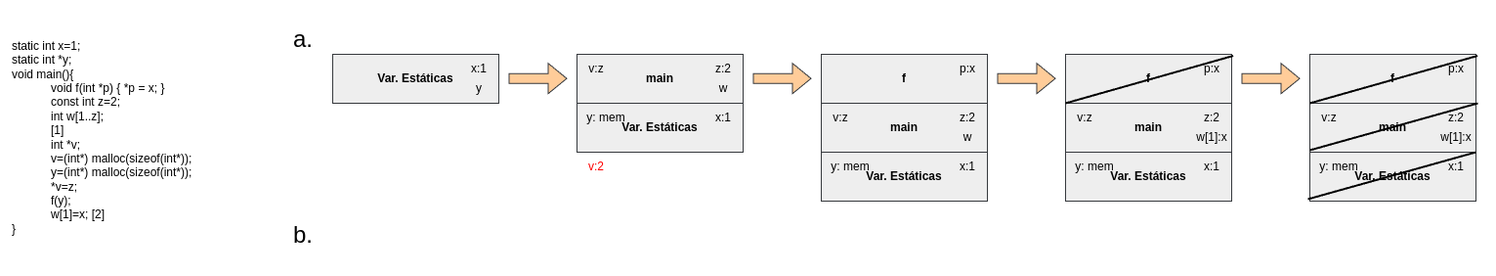
Earlier version of the draw.io export TP2/Ej5.drawio.png (nachoperna/Lenguajes-y-Paradigmas). Source tidied: cells renumbered, new cells last; positions are measured from the earlier drawing's top-left corner, leaving out a move shared by most shapes.
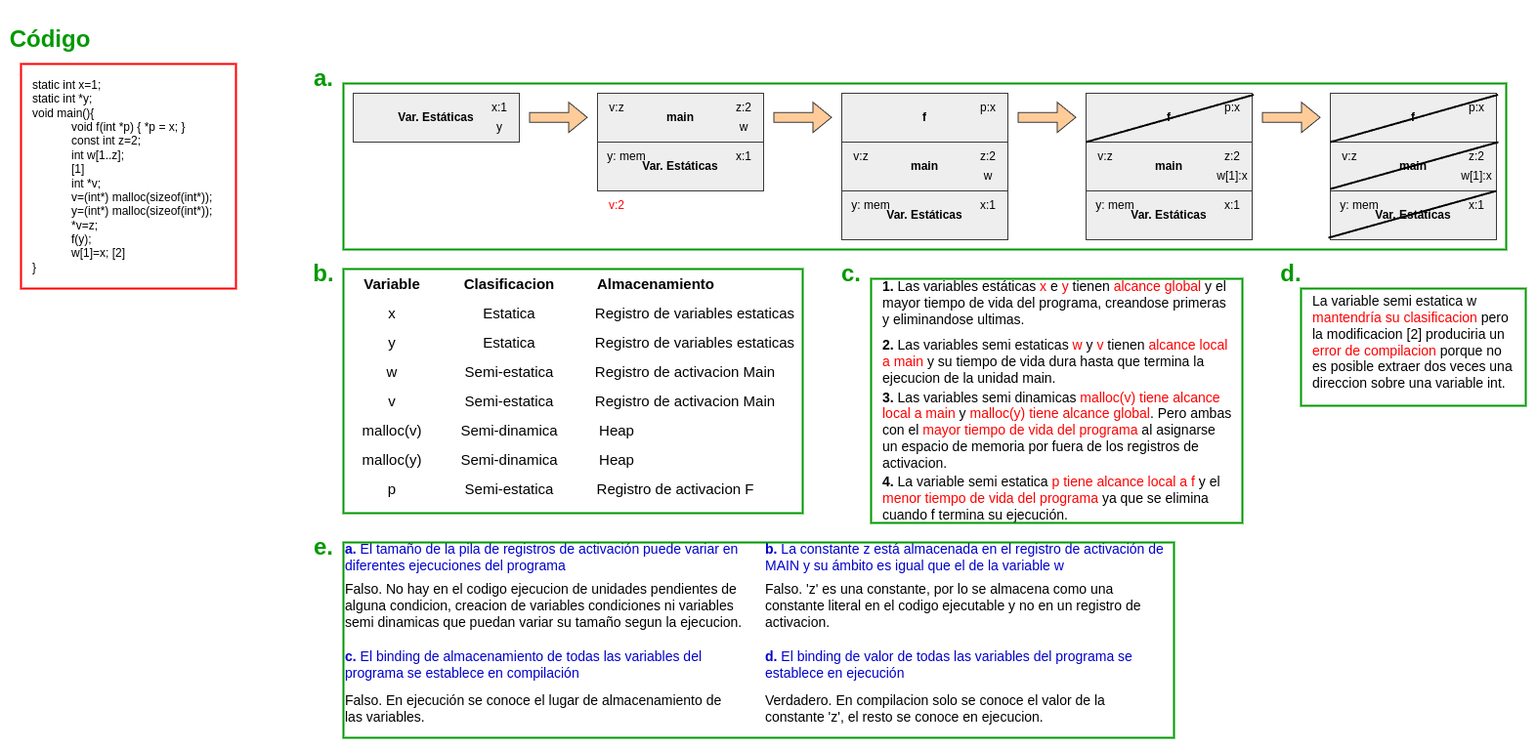
The same diagram one commit later.

The edit, as a diff of the source:
```diff
@@ -5,7 +5,7 @@
     <mxCell id="2" value="&lt;div&gt;static int x=1;&lt;/div&gt;&lt;div&gt;static int *y;&lt;/div&gt;&lt;div&gt;void main(){&lt;/div&gt;&lt;blockquote style=&quot;margin: 0 0 0 40px; border: none; padding: 0px;&quot;&gt;&lt;div&gt;void f(int *p) { *p = x; }&lt;/div&gt;&lt;div&gt;const int z=2;&lt;/div&gt;&lt;div&gt;int w[1..z];&lt;/div&gt;&lt;div&gt;[1]&lt;/div&gt;&lt;div&gt;int *v;&lt;/div&gt;&lt;div&gt;v=(int*) malloc(sizeof(int*));&lt;/div&gt;&lt;div&gt;y=(int*) malloc(sizeof(int*));&lt;/div&gt;&lt;div&gt;*v=z;&lt;/div&gt;&lt;div&gt;f(y);&lt;/div&gt;&lt;div&gt;w[1]=x;&amp;nbsp;&lt;span style=&quot;background-color: transparent; color: light-dark(rgb(0, 0, 0), rgb(255, 255, 255));&quot;&gt;[2]&lt;/span&gt;&lt;/div&gt;&lt;/blockquote&gt;&lt;div&gt;}&lt;/div&gt;" style="text;strokeColor=none;align=left;fillColor=none;html=1;verticalAlign=middle;whiteSpace=wrap;rounded=0;" parent="1" vertex="1">
       <mxGeometry width="210" height="230" as="geometry" />
     </mxCell>
-    <mxCell id="3" value="&lt;h1&gt;&lt;span style=&quot;font-weight: normal;&quot;&gt;a.&lt;/span&gt;&lt;/h1&gt;" style="text;strokeColor=none;align=center;fillColor=none;html=1;verticalAlign=middle;whiteSpace=wrap;rounded=0;" parent="1" vertex="1">
+    <mxCell id="3" value="&lt;h1&gt;&lt;font style=&quot;color: rgb(0, 153, 0);&quot;&gt;a.&lt;/font&gt;&lt;/h1&gt;" style="text;strokeColor=none;align=center;fillColor=none;html=1;verticalAlign=middle;whiteSpace=wrap;rounded=0;" parent="1" vertex="1">
       <mxGeometry x="270" width="60" height="30" as="geometry" />
     </mxCell>
     <mxCell id="4" value="&lt;b&gt;Var. Estáticas&lt;/b&gt;" style="rounded=0;whiteSpace=wrap;html=1;fillColor=#eeeeee;strokeColor=#36393d;" parent="1" vertex="1">
@@ -168,8 +168,149 @@
         <mxPoint x="1500" y="130" as="targetPoint" />
       </mxGeometry>
     </mxCell>
-    <mxCell id="50" value="&lt;h1&gt;&lt;span style=&quot;font-weight: normal;&quot;&gt;b.&lt;/span&gt;&lt;/h1&gt;" style="text;strokeColor=none;align=center;fillColor=none;html=1;verticalAlign=middle;whiteSpace=wrap;rounded=0;" parent="1" vertex="1">
+    <mxCell id="50" value="&lt;h1&gt;&lt;font style=&quot;color: rgb(0, 153, 0);&quot;&gt;b.&lt;/font&gt;&lt;/h1&gt;" style="text;strokeColor=none;align=center;fillColor=none;html=1;verticalAlign=middle;whiteSpace=wrap;rounded=0;" parent="1" vertex="1">
       <mxGeometry x="270" y="200" width="60" height="30" as="geometry" />
     </mxCell>
+    <mxCell id="51" value="&lt;b&gt;&lt;font style=&quot;font-size: 15px;&quot;&gt;Variable&lt;/font&gt;&lt;/b&gt;" style="text;strokeColor=none;align=center;fillColor=none;html=1;verticalAlign=middle;whiteSpace=wrap;rounded=0;" parent="1" vertex="1">
+      <mxGeometry x="340" y="210" width="60" height="30" as="geometry" />
+    </mxCell>
+    <mxCell id="52" value="&lt;b&gt;&lt;font style=&quot;font-size: 15px;&quot;&gt;Clasificacion&lt;/font&gt;&lt;/b&gt;" style="text;strokeColor=none;align=center;fillColor=none;html=1;verticalAlign=middle;whiteSpace=wrap;rounded=0;" parent="1" vertex="1">
+      <mxGeometry x="460" y="210" width="60" height="30" as="geometry" />
+    </mxCell>
+    <mxCell id="53" value="&lt;b&gt;&lt;font style=&quot;font-size: 15px;&quot;&gt;Almacenamiento&lt;/font&gt;&lt;/b&gt;" style="text;strokeColor=none;align=center;fillColor=none;html=1;verticalAlign=middle;whiteSpace=wrap;rounded=0;" parent="1" vertex="1">
+      <mxGeometry x="610" y="210" width="60" height="30" as="geometry" />
+    </mxCell>
+    <mxCell id="54" value="&lt;font style=&quot;font-size: 15px;&quot;&gt;x&lt;/font&gt;" style="text;strokeColor=none;align=center;fillColor=none;html=1;verticalAlign=middle;whiteSpace=wrap;rounded=0;" parent="1" vertex="1">
+      <mxGeometry x="340" y="240" width="60" height="30" as="geometry" />
+    </mxCell>
+    <mxCell id="55" value="&lt;font style=&quot;font-size: 15px;&quot;&gt;Estatica&lt;/font&gt;" style="text;strokeColor=none;align=center;fillColor=none;html=1;verticalAlign=middle;whiteSpace=wrap;rounded=0;" parent="1" vertex="1">
+      <mxGeometry x="460" y="240" width="60" height="30" as="geometry" />
+    </mxCell>
+    <mxCell id="56" value="&lt;span style=&quot;font-size: 15px;&quot;&gt;Registro de variables estaticas&lt;/span&gt;" style="text;strokeColor=none;align=center;fillColor=none;html=1;verticalAlign=middle;whiteSpace=wrap;rounded=0;" parent="1" vertex="1">
+      <mxGeometry x="570" y="240" width="220" height="30" as="geometry" />
+    </mxCell>
+    <mxCell id="57" value="&lt;font style=&quot;font-size: 15px;&quot;&gt;y&lt;/font&gt;" style="text;strokeColor=none;align=center;fillColor=none;html=1;verticalAlign=middle;whiteSpace=wrap;rounded=0;" parent="1" vertex="1">
+      <mxGeometry x="340" y="270" width="60" height="30" as="geometry" />
+    </mxCell>
+    <mxCell id="58" value="&lt;font style=&quot;font-size: 15px;&quot;&gt;Estatica&lt;/font&gt;" style="text;strokeColor=none;align=center;fillColor=none;html=1;verticalAlign=middle;whiteSpace=wrap;rounded=0;" parent="1" vertex="1">
+      <mxGeometry x="460" y="270" width="60" height="30" as="geometry" />
+    </mxCell>
+    <mxCell id="59" value="&lt;span style=&quot;font-size: 15px;&quot;&gt;Registro de variables estaticas&lt;/span&gt;" style="text;strokeColor=none;align=center;fillColor=none;html=1;verticalAlign=middle;whiteSpace=wrap;rounded=0;" parent="1" vertex="1">
+      <mxGeometry x="570" y="270" width="220" height="30" as="geometry" />
+    </mxCell>
+    <mxCell id="60" value="&lt;font style=&quot;font-size: 15px;&quot;&gt;w&lt;/font&gt;" style="text;strokeColor=none;align=center;fillColor=none;html=1;verticalAlign=middle;whiteSpace=wrap;rounded=0;" parent="1" vertex="1">
+      <mxGeometry x="340" y="300" width="60" height="30" as="geometry" />
+    </mxCell>
+    <mxCell id="61" value="&lt;font style=&quot;font-size: 15px;&quot;&gt;Semi-estatica&lt;/font&gt;" style="text;strokeColor=none;align=center;fillColor=none;html=1;verticalAlign=middle;whiteSpace=wrap;rounded=0;" parent="1" vertex="1">
+      <mxGeometry x="440" y="300" width="100" height="30" as="geometry" />
+    </mxCell>
+    <mxCell id="62" value="&lt;font style=&quot;font-size: 15px;&quot;&gt;Registro de activacion Main&lt;/font&gt;" style="text;strokeColor=none;align=center;fillColor=none;html=1;verticalAlign=middle;whiteSpace=wrap;rounded=0;" parent="1" vertex="1">
+      <mxGeometry x="570" y="300" width="200" height="30" as="geometry" />
+    </mxCell>
+    <mxCell id="63" value="&lt;font style=&quot;font-size: 15px;&quot;&gt;v&lt;/font&gt;" style="text;strokeColor=none;align=center;fillColor=none;html=1;verticalAlign=middle;whiteSpace=wrap;rounded=0;" parent="1" vertex="1">
+      <mxGeometry x="340" y="330" width="60" height="30" as="geometry" />
+    </mxCell>
+    <mxCell id="64" value="&lt;font style=&quot;font-size: 15px;&quot;&gt;Semi-estatica&lt;/font&gt;" style="text;strokeColor=none;align=center;fillColor=none;html=1;verticalAlign=middle;whiteSpace=wrap;rounded=0;" parent="1" vertex="1">
+      <mxGeometry x="440" y="330" width="100" height="30" as="geometry" />
+    </mxCell>
+    <mxCell id="65" value="&lt;font style=&quot;font-size: 15px;&quot;&gt;Registro de activacion Main&lt;/font&gt;" style="text;strokeColor=none;align=center;fillColor=none;html=1;verticalAlign=middle;whiteSpace=wrap;rounded=0;" parent="1" vertex="1">
+      <mxGeometry x="570" y="330" width="200" height="30" as="geometry" />
+    </mxCell>
+    <mxCell id="66" value="&lt;font style=&quot;font-size: 15px;&quot;&gt;malloc(v)&lt;/font&gt;" style="text;strokeColor=none;align=center;fillColor=none;html=1;verticalAlign=middle;whiteSpace=wrap;rounded=0;" parent="1" vertex="1">
+      <mxGeometry x="345" y="360" width="50" height="30" as="geometry" />
+    </mxCell>
+    <mxCell id="67" value="&lt;font style=&quot;font-size: 15px;&quot;&gt;Semi-dinamica&lt;/font&gt;" style="text;strokeColor=none;align=center;fillColor=none;html=1;verticalAlign=middle;whiteSpace=wrap;rounded=0;" parent="1" vertex="1">
+      <mxGeometry x="435" y="360" width="110" height="30" as="geometry" />
+    </mxCell>
+    <mxCell id="68" value="&lt;font style=&quot;font-size: 15px;&quot;&gt;Heap&lt;/font&gt;" style="text;strokeColor=none;align=center;fillColor=none;html=1;verticalAlign=middle;whiteSpace=wrap;rounded=0;" parent="1" vertex="1">
+      <mxGeometry x="570" y="360" width="60" height="30" as="geometry" />
+    </mxCell>
+    <mxCell id="69" value="&lt;font style=&quot;font-size: 15px;&quot;&gt;malloc(y)&lt;/font&gt;" style="text;strokeColor=none;align=center;fillColor=none;html=1;verticalAlign=middle;whiteSpace=wrap;rounded=0;" parent="1" vertex="1">
+      <mxGeometry x="345" y="390" width="50" height="30" as="geometry" />
+    </mxCell>
+    <mxCell id="70" value="&lt;font style=&quot;font-size: 15px;&quot;&gt;Semi-dinamica&lt;/font&gt;" style="text;strokeColor=none;align=center;fillColor=none;html=1;verticalAlign=middle;whiteSpace=wrap;rounded=0;" parent="1" vertex="1">
+      <mxGeometry x="435" y="390" width="110" height="30" as="geometry" />
+    </mxCell>
+    <mxCell id="71" value="&lt;font style=&quot;font-size: 15px;&quot;&gt;Heap&lt;/font&gt;" style="text;strokeColor=none;align=center;fillColor=none;html=1;verticalAlign=middle;whiteSpace=wrap;rounded=0;" parent="1" vertex="1">
+      <mxGeometry x="570" y="390" width="60" height="30" as="geometry" />
+    </mxCell>
+    <mxCell id="72" value="&lt;font style=&quot;font-size: 15px;&quot;&gt;p&lt;/font&gt;" style="text;strokeColor=none;align=center;fillColor=none;html=1;verticalAlign=middle;whiteSpace=wrap;rounded=0;" parent="1" vertex="1">
+      <mxGeometry x="340" y="420" width="60" height="30" as="geometry" />
+    </mxCell>
+    <mxCell id="73" value="&lt;font style=&quot;font-size: 15px;&quot;&gt;Semi-estatica&lt;/font&gt;" style="text;strokeColor=none;align=center;fillColor=none;html=1;verticalAlign=middle;whiteSpace=wrap;rounded=0;" parent="1" vertex="1">
+      <mxGeometry x="440" y="420" width="100" height="30" as="geometry" />
+    </mxCell>
+    <mxCell id="74" value="&lt;font style=&quot;font-size: 15px;&quot;&gt;Registro de activacion F&lt;/font&gt;" style="text;strokeColor=none;align=center;fillColor=none;html=1;verticalAlign=middle;whiteSpace=wrap;rounded=0;" parent="1" vertex="1">
+      <mxGeometry x="560" y="420" width="200" height="30" as="geometry" />
+    </mxCell>
+    <mxCell id="75" style="rounded=0;whiteSpace=wrap;html=1;fillColor=none;strokeWidth=2;strokeColor=#FF0000;" parent="1" vertex="1">
+      <mxGeometry x="-10" width="220" height="230" as="geometry" />
+    </mxCell>
+    <mxCell id="76" value="&lt;h1&gt;&lt;font style=&quot;color: rgb(0, 153, 0);&quot;&gt;Código&lt;/font&gt;&lt;/h1&gt;" style="text;strokeColor=none;align=center;fillColor=none;html=1;verticalAlign=middle;whiteSpace=wrap;rounded=0;" parent="1" vertex="1">
+      <mxGeometry x="-10" y="-40" width="60" height="30" as="geometry" />
+    </mxCell>
+    <mxCell id="77" style="rounded=0;whiteSpace=wrap;html=1;fillColor=none;strokeWidth=2;strokeColor=#009900;" parent="1" vertex="1">
+      <mxGeometry x="320" y="20" width="1190" height="170" as="geometry" />
+    </mxCell>
+    <mxCell id="78" style="rounded=0;whiteSpace=wrap;html=1;fillColor=none;strokeWidth=2;strokeColor=#009900;" parent="1" vertex="1">
+      <mxGeometry x="320" y="210" width="470" height="250" as="geometry" />
+    </mxCell>
+    <mxCell id="79" value="&lt;h1&gt;&lt;font style=&quot;color: rgb(0, 153, 0);&quot;&gt;c.&lt;/font&gt;&lt;/h1&gt;" style="text;strokeColor=none;align=center;fillColor=none;html=1;verticalAlign=middle;whiteSpace=wrap;rounded=0;" parent="1" vertex="1">
+      <mxGeometry x="810" y="200" width="60" height="30" as="geometry" />
+    </mxCell>
+    <mxCell id="80" value="&lt;font style=&quot;font-size: 14px;&quot;&gt;&lt;b&gt;1. &lt;/b&gt;Las variables estáticas &lt;font style=&quot;color: rgb(255, 0, 0);&quot;&gt;x&lt;/font&gt; e &lt;font style=&quot;color: rgb(255, 0, 0);&quot;&gt;y&lt;/font&gt; tienen &lt;font style=&quot;color: rgb(255, 0, 0);&quot;&gt;alcance global&lt;/font&gt; y el mayor tiempo de vida del programa, creandose primeras y eliminandose ultimas.&lt;/font&gt;" style="text;strokeColor=none;align=left;fillColor=none;html=1;verticalAlign=middle;whiteSpace=wrap;rounded=0;" parent="1" vertex="1">
+      <mxGeometry x="870" y="240" width="360" height="10" as="geometry" />
+    </mxCell>
+    <mxCell id="81" value="&lt;span style=&quot;font-size: 14px;&quot;&gt;&lt;b&gt;2. &lt;/b&gt;Las variables semi estaticas &lt;font style=&quot;color: rgb(255, 0, 0);&quot;&gt;w&lt;/font&gt; y &lt;font style=&quot;color: rgb(255, 0, 0);&quot;&gt;v&lt;/font&gt; tienen &lt;font style=&quot;color: rgb(255, 0, 0);&quot;&gt;alcance local a main&lt;/font&gt; y su tiempo de vida dura hasta que termina la ejecucion de la unidad main.&lt;/span&gt;" style="text;strokeColor=none;align=left;fillColor=none;html=1;verticalAlign=middle;whiteSpace=wrap;rounded=0;" parent="1" vertex="1">
+      <mxGeometry x="870" y="300" width="360" height="10" as="geometry" />
+    </mxCell>
+    <mxCell id="82" value="&lt;span style=&quot;font-size: 14px;&quot;&gt;&lt;b&gt;3. &lt;/b&gt;Las variables semi dinamicas &lt;font style=&quot;color: rgb(255, 0, 0);&quot;&gt;malloc(v)&amp;nbsp;&lt;/font&gt;&lt;/span&gt;&lt;span style=&quot;font-size: 14px;&quot;&gt;&lt;font style=&quot;color: rgb(255, 0, 0);&quot;&gt;tiene alcance local a main&lt;/font&gt;&lt;/span&gt;&lt;span style=&quot;font-size: 14px;&quot;&gt;&lt;font style=&quot;color: rgb(255, 0, 0);&quot;&gt;&amp;nbsp;&lt;/font&gt;y &lt;font style=&quot;color: rgb(255, 0, 0);&quot;&gt;malloc(y) tiene alcance global&lt;/font&gt;. Pero ambas con el &lt;font style=&quot;color: rgb(255, 0, 0);&quot;&gt;mayor tiempo de vida del programa&lt;/font&gt; al asignarse un espacio de memoria por fuera de los registros de activacion.&lt;/span&gt;" style="text;strokeColor=none;align=left;fillColor=none;html=1;verticalAlign=middle;whiteSpace=wrap;rounded=0;" parent="1" vertex="1">
+      <mxGeometry x="870" y="370" width="360" height="10" as="geometry" />
+    </mxCell>
+    <mxCell id="83" value="&lt;span style=&quot;font-size: 14px;&quot;&gt;&lt;b&gt;4. &lt;/b&gt;La variable semi estatica &lt;font style=&quot;color: rgb(255, 0, 0);&quot;&gt;p tiene alcance local a f&lt;/font&gt; y el &lt;font style=&quot;color: rgb(255, 0, 0);&quot;&gt;menor tiempo de vida del programa&lt;/font&gt; ya que se elimina cuando f termina su ejecución.&lt;/span&gt;" style="text;strokeColor=none;align=left;fillColor=none;html=1;verticalAlign=middle;whiteSpace=wrap;rounded=0;" parent="1" vertex="1">
+      <mxGeometry x="870" y="440" width="360" height="10" as="geometry" />
+    </mxCell>
+    <mxCell id="84" style="rounded=0;whiteSpace=wrap;html=1;fillColor=none;strokeWidth=2;strokeColor=#009900;" parent="1" vertex="1">
+      <mxGeometry x="860" y="220" width="380" height="250" as="geometry" />
+    </mxCell>
+    <mxCell id="85" value="&lt;h1&gt;&lt;font style=&quot;color: rgb(0, 153, 0);&quot;&gt;d.&lt;/font&gt;&lt;/h1&gt;" style="text;strokeColor=none;align=center;fillColor=none;html=1;verticalAlign=middle;whiteSpace=wrap;rounded=0;" parent="1" vertex="1">
+      <mxGeometry x="1260" y="200" width="60" height="30" as="geometry" />
+    </mxCell>
+    <mxCell id="86" value="&lt;span style=&quot;font-size: 14px;&quot;&gt;La variable semi estatica w &lt;font style=&quot;color: rgb(255, 0, 0);&quot;&gt;mantendría su clasificacion&lt;/font&gt; pero la modificacion [2] produciria un &lt;font style=&quot;color: rgb(255, 0, 0);&quot;&gt;error de compilacion&lt;/font&gt; porque no es posible extraer dos veces una direccion sobre una variable int.&lt;/span&gt;" style="text;strokeColor=none;align=left;fillColor=none;html=1;verticalAlign=middle;whiteSpace=wrap;rounded=0;" parent="1" vertex="1">
+      <mxGeometry x="1310" y="240" width="210" height="90" as="geometry" />
+    </mxCell>
+    <mxCell id="87" style="rounded=0;whiteSpace=wrap;html=1;fillColor=none;strokeWidth=2;strokeColor=#009900;shadow=0;" parent="1" vertex="1">
+      <mxGeometry x="1300" y="230" width="230" height="120" as="geometry" />
+    </mxCell>
+    <mxCell id="88" value="&lt;h1&gt;&lt;font style=&quot;color: rgb(0, 153, 0);&quot;&gt;e.&lt;/font&gt;&lt;/h1&gt;" style="text;strokeColor=none;align=center;fillColor=none;html=1;verticalAlign=middle;whiteSpace=wrap;rounded=0;" parent="1" vertex="1">
+      <mxGeometry x="270" y="480" width="60" height="30" as="geometry" />
+    </mxCell>
+    <mxCell id="89" value="&lt;div&gt;&lt;font style=&quot;color: rgb(0, 0, 204);&quot;&gt;&lt;font style=&quot;font-size: 14px;&quot;&gt;&lt;b style=&quot;&quot;&gt;a.&amp;nbsp;&lt;/b&gt;El tamaño de la pila de registros de activación puede&amp;nbsp;&lt;/font&gt;&lt;span style=&quot;font-size: 14px; background-color: transparent;&quot;&gt;variar en diferentes ejecuciones del programa&lt;/span&gt;&lt;/font&gt;&lt;/div&gt;" style="text;strokeColor=none;align=left;fillColor=none;html=1;verticalAlign=middle;whiteSpace=wrap;rounded=0;" parent="1" vertex="1">
+      <mxGeometry x="320" y="500" width="420" height="10" as="geometry" />
+    </mxCell>
+    <mxCell id="90" value="&lt;font style=&quot;font-size: 14px;&quot;&gt;Falso. No hay en el codigo ejecucion de unidades pendientes de alguna condicion, creacion de variables condiciones ni variables semi dinamicas que puedan variar su tamaño segun la ejecucion.&lt;/font&gt;" style="text;strokeColor=none;align=left;fillColor=none;html=1;verticalAlign=middle;whiteSpace=wrap;rounded=0;" parent="1" vertex="1">
+      <mxGeometry x="320" y="510" width="420" height="90" as="geometry" />
+    </mxCell>
+    <mxCell id="91" value="&lt;div&gt;&lt;font style=&quot;color: rgb(0, 0, 204);&quot;&gt;&lt;font style=&quot;&quot;&gt;&lt;span style=&quot;font-size: 14px;&quot;&gt;&lt;b style=&quot;&quot;&gt;b.&amp;nbsp;&lt;/b&gt;&lt;/span&gt;&lt;/font&gt;&lt;span style=&quot;background-color: transparent; font-size: 14px;&quot;&gt;&lt;font&gt;La constante z está almacenada en el registro de&amp;nbsp;&lt;/font&gt;&lt;/span&gt;&lt;span style=&quot;font-size: 14px; background-color: transparent;&quot;&gt;activación de MAIN y su ámbito es igual que el de la&amp;nbsp;&lt;/span&gt;&lt;span style=&quot;font-size: 14px; background-color: transparent;&quot;&gt;variable w&lt;/span&gt;&lt;/font&gt;&lt;/div&gt;" style="text;strokeColor=none;align=left;fillColor=none;html=1;verticalAlign=middle;whiteSpace=wrap;rounded=0;" parent="1" vertex="1">
+      <mxGeometry x="750" y="500" width="420" height="10" as="geometry" />
+    </mxCell>
+    <mxCell id="92" value="&lt;font style=&quot;font-size: 14px;&quot;&gt;Falso. 'z' es una constante, por lo se almacena como una constante literal en el codigo ejecutable y no en un registro de activacion.&lt;/font&gt;" style="text;strokeColor=none;align=left;fillColor=none;html=1;verticalAlign=middle;whiteSpace=wrap;rounded=0;" parent="1" vertex="1">
+      <mxGeometry x="750" y="510" width="420" height="90" as="geometry" />
+    </mxCell>
+    <mxCell id="93" value="&lt;div&gt;&lt;font color=&quot;#0000cc&quot;&gt;&lt;span style=&quot;font-size: 14px;&quot;&gt;&lt;b&gt;c.&amp;nbsp;&lt;/b&gt;&lt;/span&gt;&lt;/font&gt;&lt;span style=&quot;background-color: transparent; font-size: 14px;&quot;&gt;&lt;font color=&quot;#0000cc&quot;&gt;El binding de almacenamiento de todas las variables&amp;nbsp;&lt;/font&gt;&lt;/span&gt;&lt;span style=&quot;font-size: 14px; color: rgb(0, 0, 204); background-color: transparent;&quot;&gt;del programa se establece en compilación&lt;/span&gt;&lt;/div&gt;" style="text;strokeColor=none;align=left;fillColor=none;html=1;verticalAlign=middle;whiteSpace=wrap;rounded=0;" parent="1" vertex="1">
+      <mxGeometry x="320" y="610" width="420" height="10" as="geometry" />
+    </mxCell>
+    <mxCell id="94" value="&lt;span style=&quot;font-size: 14px;&quot;&gt;Falso. En ejecución se conoce el lugar de almacenamiento de las variables.&lt;/span&gt;" style="text;strokeColor=none;align=left;fillColor=none;html=1;verticalAlign=middle;whiteSpace=wrap;rounded=0;" parent="1" vertex="1">
+      <mxGeometry x="320" y="640" width="400" height="40" as="geometry" />
+    </mxCell>
+    <mxCell id="95" value="&lt;div&gt;&lt;font color=&quot;#0000cc&quot;&gt;&lt;span style=&quot;font-size: 14px;&quot;&gt;&lt;b&gt;d.&amp;nbsp;&lt;/b&gt;&lt;/span&gt;&lt;/font&gt;&lt;span style=&quot;background-color: transparent; font-size: 14px;&quot;&gt;&lt;font color=&quot;#0000cc&quot;&gt;El binding de valor de todas las variables del programa&amp;nbsp;&lt;/font&gt;&lt;/span&gt;&lt;span style=&quot;font-size: 14px; color: rgb(0, 0, 204); background-color: transparent;&quot;&gt;se establece en ejecución&lt;/span&gt;&lt;/div&gt;" style="text;strokeColor=none;align=left;fillColor=none;html=1;verticalAlign=middle;whiteSpace=wrap;rounded=0;" parent="1" vertex="1">
+      <mxGeometry x="750" y="610" width="420" height="10" as="geometry" />
+    </mxCell>
+    <mxCell id="96" value="&lt;span style=&quot;font-size: 14px;&quot;&gt;Verdadero. En compilacion solo se conoce el valor de la constante 'z', el resto se conoce en ejecucion.&lt;/span&gt;" style="text;strokeColor=none;align=left;fillColor=none;html=1;verticalAlign=middle;whiteSpace=wrap;rounded=0;" parent="1" vertex="1">
+      <mxGeometry x="750" y="640" width="400" height="40" as="geometry" />
+    </mxCell>
+    <mxCell id="97" style="rounded=0;whiteSpace=wrap;html=1;fillColor=none;strokeWidth=2;strokeColor=#009900;" parent="1" vertex="1">
+      <mxGeometry x="320" y="490" width="850" height="200" as="geometry" />
+    </mxCell>
   </root>
 </mxGraphModel>
```
